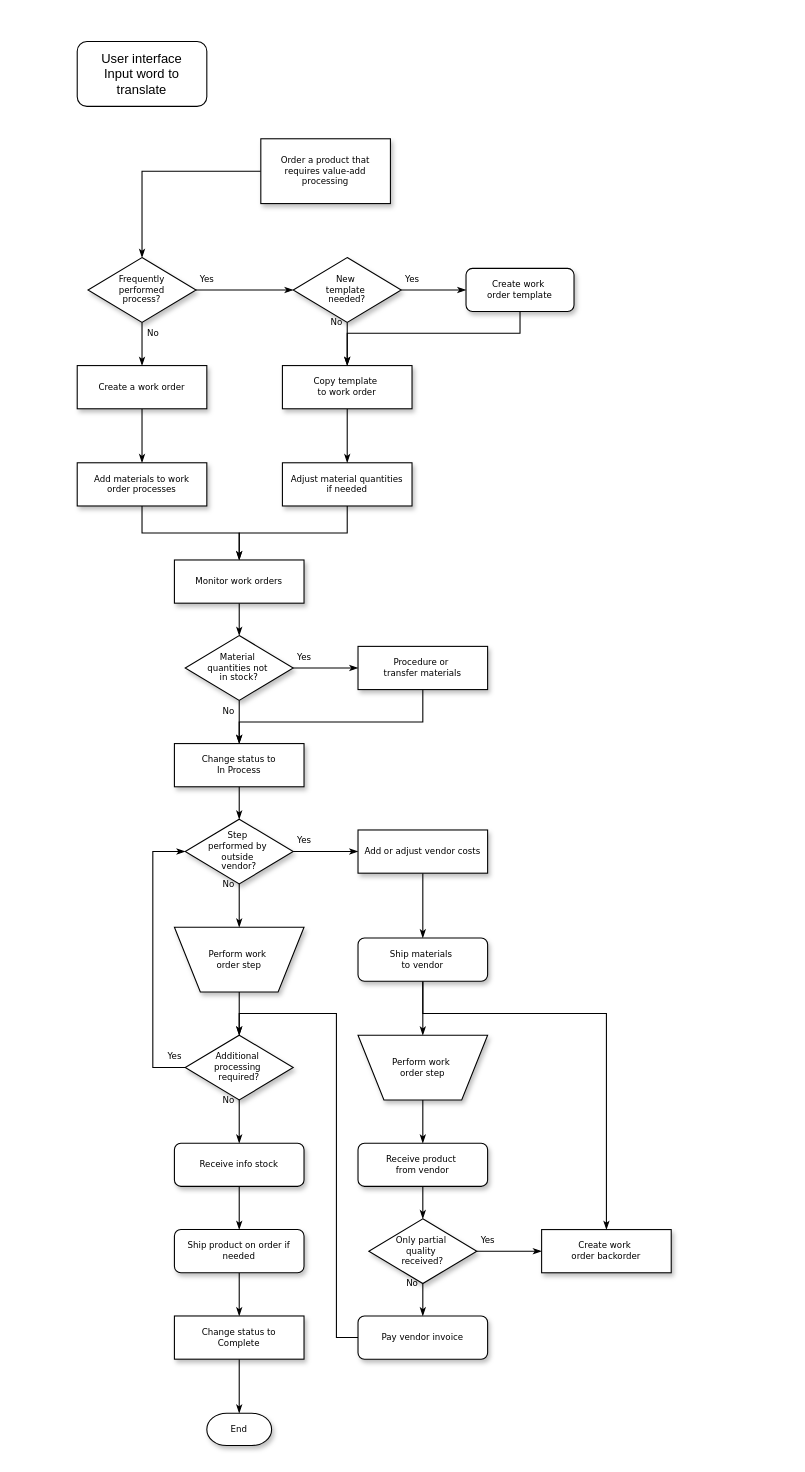
This is Untitled Diagram.drawio from DanZech/45-Learning-Code, a draw.io file, before an edit. Source tidied: cells renumbered, new cells numbered last; positions are measured from the earlier drawing's top-left corner, leaving out a move shared by most shapes. Both pictures are drawn from the tidied source at 108%, with x=0, y=0 at pixel (77, 41).
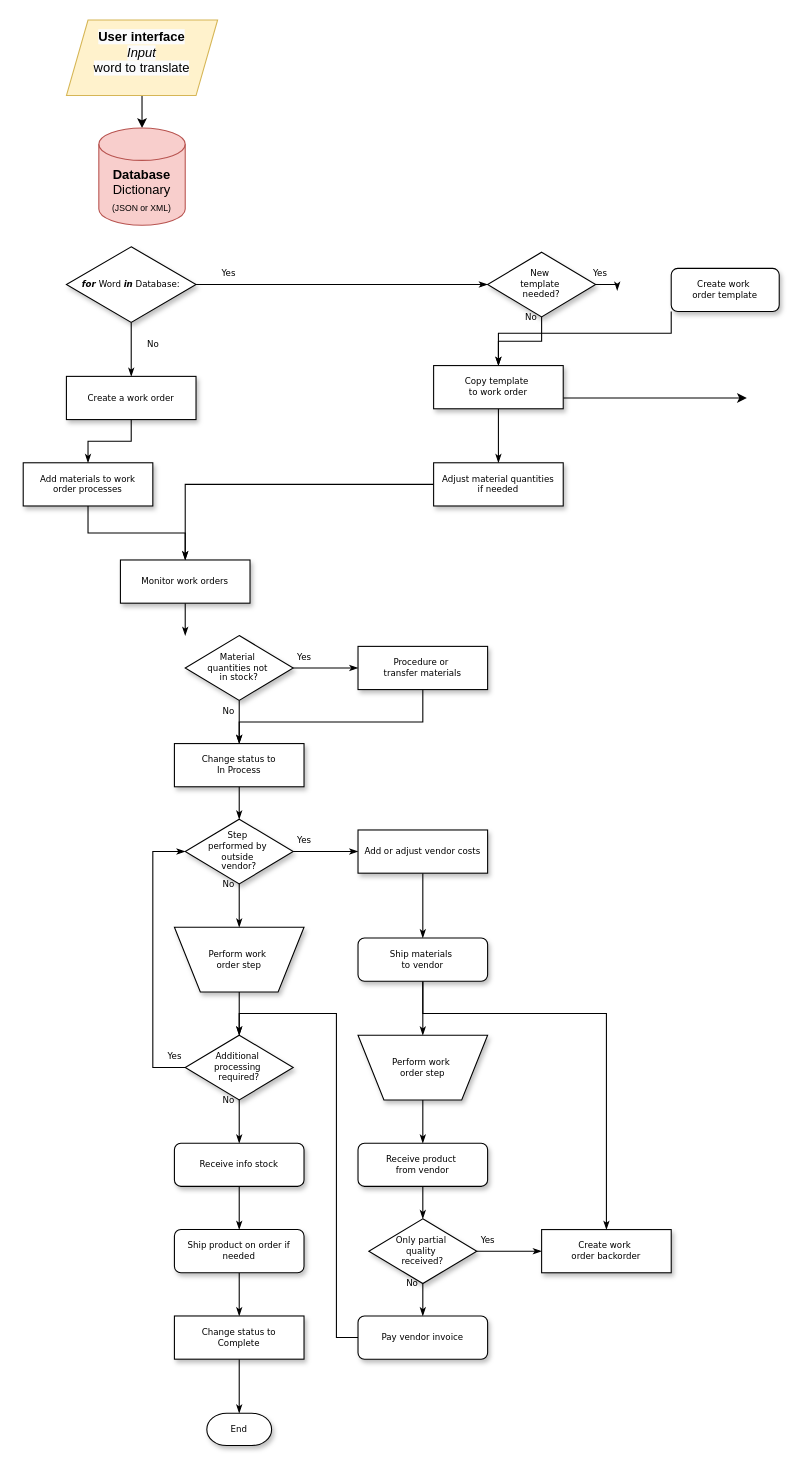
Above is the later version.

The change refers to these unchanged cells:
```xml
<mxCell id="24" value="Material&amp;nbsp;&lt;div&gt;quantities not&amp;nbsp;&lt;/div&gt;&lt;div&gt;in stock?&lt;/div&gt;" style="rhombus;whiteSpace=wrap;html=1;rounded=0;shadow=1;labelBackgroundColor=none;strokeWidth=1;fontFamily=Verdana;fontSize=8;align=center;" parent="1" vertex="1">
  <mxGeometry x="100" y="550" width="100" height="60" as="geometry" />
</mxCell>
```

Change to the diagram source:
```diff
@@
-    <mxCell id="2" style="edgeStyle=orthogonalEdgeStyle;rounded=0;html=1;labelBackgroundColor=none;startSize=5;endArrow=classicThin;endFill=1;endSize=5;jettySize=auto;strokeWidth=1;fontFamily=Verdana;fontSize=8;" parent="1" edge="1" source="3" target="6">
-      <mxGeometry relative="1" as="geometry" />
-    </mxCell>
-    <mxCell id="3" value="Order a product that&lt;div&gt;requires value-add processing&lt;/div&gt;" style="rounded=0;whiteSpace=wrap;html=1;shadow=1;labelBackgroundColor=none;strokeWidth=1;fontFamily=Verdana;fontSize=8;align=center;" parent="1" vertex="1">
-      <mxGeometry x="170" y="90" width="120" height="60" as="geometry" />
-    </mxCell>
@@
     <mxCell id="5" value="No" style="edgeStyle=orthogonalEdgeStyle;rounded=0;html=1;labelBackgroundColor=none;startSize=5;endArrow=classicThin;endFill=1;endSize=5;jettySize=auto;strokeWidth=1;fontFamily=Verdana;fontSize=8;" parent="1" edge="1" source="6" target="13">
-      <mxGeometry x="-0.5" y="10" relative="1" as="geometry" />
+      <mxGeometry x="-0.2" y="20" relative="1" as="geometry" />
     </mxCell>
-    <mxCell id="6" value="Frequently&lt;div&gt;performed&lt;/div&gt;&lt;div&gt;process?&lt;/div&gt;" style="rhombus;whiteSpace=wrap;html=1;rounded=0;shadow=1;labelBackgroundColor=none;strokeWidth=1;fontFamily=Verdana;fontSize=8;align=center;" parent="1" vertex="1">
-      <mxGeometry x="10" y="200" width="100" height="60" as="geometry" />
+    <mxCell id="6" value="&amp;nbsp;&lt;b&gt;&lt;i&gt;for&amp;nbsp;&lt;/i&gt;&lt;/b&gt;Word &lt;b style=&quot;font-style: italic;&quot;&gt;in&lt;/b&gt;&amp;nbsp;Database:&lt;i&gt;&amp;nbsp;&lt;/i&gt;" style="rhombus;whiteSpace=wrap;html=1;rounded=0;shadow=1;labelBackgroundColor=none;strokeWidth=1;fontFamily=Verdana;fontSize=8;align=center;" parent="1" vertex="1">
+      <mxGeometry x="-10" y="190" width="120" height="70" as="geometry" />
     </mxCell>
-    <mxCell id="7" value="Yes" style="edgeStyle=orthogonalEdgeStyle;rounded=0;html=1;labelBackgroundColor=none;startSize=5;endArrow=classicThin;endFill=1;endSize=5;jettySize=auto;strokeWidth=1;fontFamily=Verdana;fontSize=8;" parent="1" edge="1" source="9" target="11">
-      <mxGeometry x="-0.67" y="10" relative="1" as="geometry" />
+    <mxCell id="7" value="Yes" style="edgeStyle=orthogonalEdgeStyle;rounded=0;html=1;labelBackgroundColor=none;startSize=5;endArrow=classicThin;endFill=1;endSize=5;jettySize=auto;strokeWidth=1;fontFamily=Verdana;fontSize=8;" parent="1" edge="1" source="9">
+      <mxGeometry x="-0.67" y="10" relative="1" as="geometry">
+        <mxPoint x="500" y="230" as="targetPoint" />
+      </mxGeometry>
     </mxCell>
@@
     <mxCell id="9" value="New&amp;nbsp;&lt;div&gt;template&amp;nbsp;&lt;/div&gt;&lt;div&gt;needed?&lt;/div&gt;" style="rhombus;whiteSpace=wrap;html=1;rounded=0;shadow=1;labelBackgroundColor=none;strokeWidth=1;fontFamily=Verdana;fontSize=8;align=center;" parent="1" vertex="1">
-      <mxGeometry x="200" y="200" width="100" height="60" as="geometry" />
+      <mxGeometry x="380" y="195" width="100" height="60" as="geometry" />
     </mxCell>
-    <mxCell id="10" style="edgeStyle=orthogonalEdgeStyle;rounded=0;html=1;labelBackgroundColor=none;startSize=5;endArrow=classicThin;endFill=1;endSize=5;jettySize=auto;strokeWidth=1;fontFamily=Verdana;fontSize=8;" parent="1" edge="1" source="11" target="15">
+    <mxCell id="10" style="edgeStyle=orthogonalEdgeStyle;rounded=0;html=1;labelBackgroundColor=none;startSize=5;endArrow=classicThin;endFill=1;endSize=5;jettySize=auto;strokeWidth=1;fontFamily=Verdana;fontSize=8;" parent="1" edge="1" target="15">
       <mxGeometry relative="1" as="geometry">
+        <mxPoint x="550" y="250" as="sourcePoint" />
         <Array as="points">
-          <mxPoint x="410" y="270" />
-          <mxPoint x="250" y="270" />
+          <mxPoint x="550" y="270" />
+          <mxPoint x="390" y="270" />
         </Array>
       </mxGeometry>
     </mxCell>
     <mxCell id="11" value="Create work&amp;nbsp;&lt;div&gt;order template&lt;/div&gt;" style="rounded=1;whiteSpace=wrap;html=1;shadow=1;labelBackgroundColor=none;strokeWidth=1;fontFamily=Verdana;fontSize=8;align=center;" parent="1" vertex="1">
-      <mxGeometry x="360" y="210" width="100" height="40" as="geometry" />
+      <mxGeometry x="550" y="210" width="100" height="40" as="geometry" />
     </mxCell>
@@
     <mxCell id="13" value="Create a work order" style="whiteSpace=wrap;html=1;rounded=0;shadow=1;labelBackgroundColor=none;strokeWidth=1;fontFamily=Verdana;fontSize=8;align=center;" parent="1" vertex="1">
-      <mxGeometry y="300" width="120" height="40" as="geometry" />
+      <mxGeometry x="-10" y="310" width="120" height="40" as="geometry" />
     </mxCell>
@@
+    <mxCell id="60" style="edgeStyle=orthogonalEdgeStyle;rounded=0;jettySize=auto;html=1;exitX=1;exitY=0.75;exitDx=0;exitDy=0;fontSize=8;" parent="1" edge="1" source="15">
+      <mxGeometry relative="1" as="geometry">
+        <mxPoint x="620" y="330.1" as="targetPoint" />
+      </mxGeometry>
+    </mxCell>
     <mxCell id="15" value="Copy template&amp;nbsp;&lt;div&gt;to work order&lt;/div&gt;" style="whiteSpace=wrap;html=1;rounded=0;shadow=1;labelBackgroundColor=none;strokeWidth=1;fontFamily=Verdana;fontSize=8;align=center;" parent="1" vertex="1">
-      <mxGeometry x="190" y="300" width="120" height="40" as="geometry" />
+      <mxGeometry x="330" y="300" width="120" height="40" as="geometry" />
     </mxCell>
@@
     <mxCell id="17" value="Add materials to work order processes" style="whiteSpace=wrap;html=1;rounded=0;shadow=1;labelBackgroundColor=none;strokeWidth=1;fontFamily=Verdana;fontSize=8;align=center;spacing=6;" parent="1" vertex="1">
-      <mxGeometry y="390" width="120" height="40" as="geometry" />
+      <mxGeometry x="-50" y="390" width="120" height="40" as="geometry" />
     </mxCell>
@@
     <mxCell id="19" value="Adjust material quantities if needed" style="whiteSpace=wrap;html=1;rounded=0;shadow=1;labelBackgroundColor=none;strokeWidth=1;fontFamily=Verdana;fontSize=8;align=center;spacing=6;" parent="1" vertex="1">
-      <mxGeometry x="190" y="390" width="120" height="40" as="geometry" />
+      <mxGeometry x="330" y="390" width="120" height="40" as="geometry" />
     </mxCell>
-    <mxCell id="20" style="edgeStyle=orthogonalEdgeStyle;rounded=0;html=1;labelBackgroundColor=none;startSize=5;endArrow=classicThin;endFill=1;endSize=5;jettySize=auto;strokeWidth=1;fontFamily=Verdana;fontSize=8;" parent="1" edge="1" source="21" target="24">
-      <mxGeometry relative="1" as="geometry" />
+    <mxCell id="20" style="edgeStyle=orthogonalEdgeStyle;rounded=0;html=1;labelBackgroundColor=none;startSize=5;endArrow=classicThin;endFill=1;endSize=5;jettySize=auto;strokeWidth=1;fontFamily=Verdana;fontSize=8;" parent="1" edge="1" source="21">
+      <mxGeometry relative="1" as="geometry">
+        <mxPoint x="100" y="550" as="targetPoint" />
+      </mxGeometry>
     </mxCell>
     <mxCell id="21" value="Monitor work orders" style="whiteSpace=wrap;html=1;rounded=0;shadow=1;labelBackgroundColor=none;strokeWidth=1;fontFamily=Verdana;fontSize=8;align=center;" parent="1" vertex="1">
-      <mxGeometry x="90" y="480" width="120" height="40" as="geometry" />
+      <mxGeometry x="40" y="480" width="120" height="40" as="geometry" />
     </mxCell>
@@
+    <mxCell id="61" style="edgeStyle=orthogonalEdgeStyle;rounded=0;orthogonalLoop=1;jettySize=auto;html=1;" parent="1" edge="1">
+      <mxGeometry relative="1" as="geometry">
+        <mxPoint x="60" y="50" as="sourcePoint" />
+        <mxPoint x="60" y="80" as="targetPoint" />
+      </mxGeometry>
+    </mxCell>
+    <mxCell id="62" value="&lt;b&gt;Database&lt;/b&gt;&lt;br&gt;Dictionary&lt;br&gt;&lt;font style=&quot;font-size: 8px;&quot;&gt;(JSON or XML)&lt;/font&gt;&lt;br&gt;" style="shape=cylinder3;whiteSpace=wrap;html=1;boundedLbl=1;backgroundOutline=1;size=15;fillColor=#f8cecc;strokeColor=#b85450;" parent="1" vertex="1">
+      <mxGeometry x="20" y="80" width="80" height="90" as="geometry" />
+    </mxCell>
-    <mxCell id="59" value="User interface&lt;br&gt;Input word to translate" style="rounded=1;whiteSpace=wrap;html=1;" parent="1" vertex="1">
-      <mxGeometry width="120" height="60" as="geometry" />
+    <mxCell id="59" value="&#10;&lt;b style=&quot;border-color: var(--border-color); color: rgb(0, 0, 0); font-family: Helvetica; font-size: 12px; font-style: normal; font-variant-ligatures: normal; font-variant-caps: normal; letter-spacing: normal; orphans: 2; text-align: center; text-indent: 0px; text-transform: none; widows: 2; word-spacing: 0px; -webkit-text-stroke-width: 0px; background-color: rgb(251, 251, 251); text-decoration-thickness: initial; text-decoration-style: initial; text-decoration-color: initial;&quot;&gt;User interface&lt;/b&gt;&lt;br style=&quot;border-color: var(--border-color); color: rgb(0, 0, 0); font-family: Helvetica; font-size: 12px; font-style: normal; font-variant-ligatures: normal; font-variant-caps: normal; font-weight: 400; letter-spacing: normal; orphans: 2; text-align: center; text-indent: 0px; text-transform: none; widows: 2; word-spacing: 0px; -webkit-text-stroke-width: 0px; background-color: rgb(251, 251, 251); text-decoration-thickness: initial; text-decoration-style: initial; text-decoration-color: initial;&quot;&gt;&lt;i style=&quot;border-color: var(--border-color); color: rgb(0, 0, 0); font-family: Helvetica; font-size: 12px; font-variant-ligatures: normal; font-variant-caps: normal; font-weight: 400; letter-spacing: normal; orphans: 2; text-align: center; text-indent: 0px; text-transform: none; widows: 2; word-spacing: 0px; -webkit-text-stroke-width: 0px; background-color: rgb(251, 251, 251); text-decoration-thickness: initial; text-decoration-style: initial; text-decoration-color: initial;&quot;&gt;Input&lt;/i&gt;&lt;span style=&quot;color: rgb(0, 0, 0); font-family: Helvetica; font-size: 12px; font-style: normal; font-variant-ligatures: normal; font-variant-caps: normal; font-weight: 400; letter-spacing: normal; orphans: 2; text-align: center; text-indent: 0px; text-transform: none; widows: 2; word-spacing: 0px; -webkit-text-stroke-width: 0px; background-color: rgb(251, 251, 251); text-decoration-thickness: initial; text-decoration-style: initial; text-decoration-color: initial; float: none; display: inline !important;&quot;&gt;&lt;/span&gt;&lt;br style=&quot;border-color: var(--border-color); color: rgb(0, 0, 0); font-family: Helvetica; font-size: 12px; font-style: normal; font-variant-ligatures: normal; font-variant-caps: normal; font-weight: 400; letter-spacing: normal; orphans: 2; text-align: center; text-indent: 0px; text-transform: none; widows: 2; word-spacing: 0px; -webkit-text-stroke-width: 0px; background-color: rgb(251, 251, 251); text-decoration-thickness: initial; text-decoration-style: initial; text-decoration-color: initial;&quot;&gt;&lt;span style=&quot;color: rgb(0, 0, 0); font-family: Helvetica; font-size: 12px; font-style: normal; font-variant-ligatures: normal; font-variant-caps: normal; font-weight: 400; letter-spacing: normal; orphans: 2; text-align: center; text-indent: 0px; text-transform: none; widows: 2; word-spacing: 0px; -webkit-text-stroke-width: 0px; background-color: rgb(251, 251, 251); text-decoration-thickness: initial; text-decoration-style: initial; text-decoration-color: initial; float: none; display: inline !important;&quot;&gt;word to translate&lt;/span&gt;&#10;&#10;" style="shape=parallelogram;perimeter=parallelogramPerimeter;whiteSpace=wrap;html=1;fixedSize=1;fontSize=8;fillColor=#fff2cc;strokeColor=#d6b656;" parent="1" vertex="1">
+      <mxGeometry x="-10" y="-20" width="140" height="70" as="geometry" />
     </mxCell>
```
